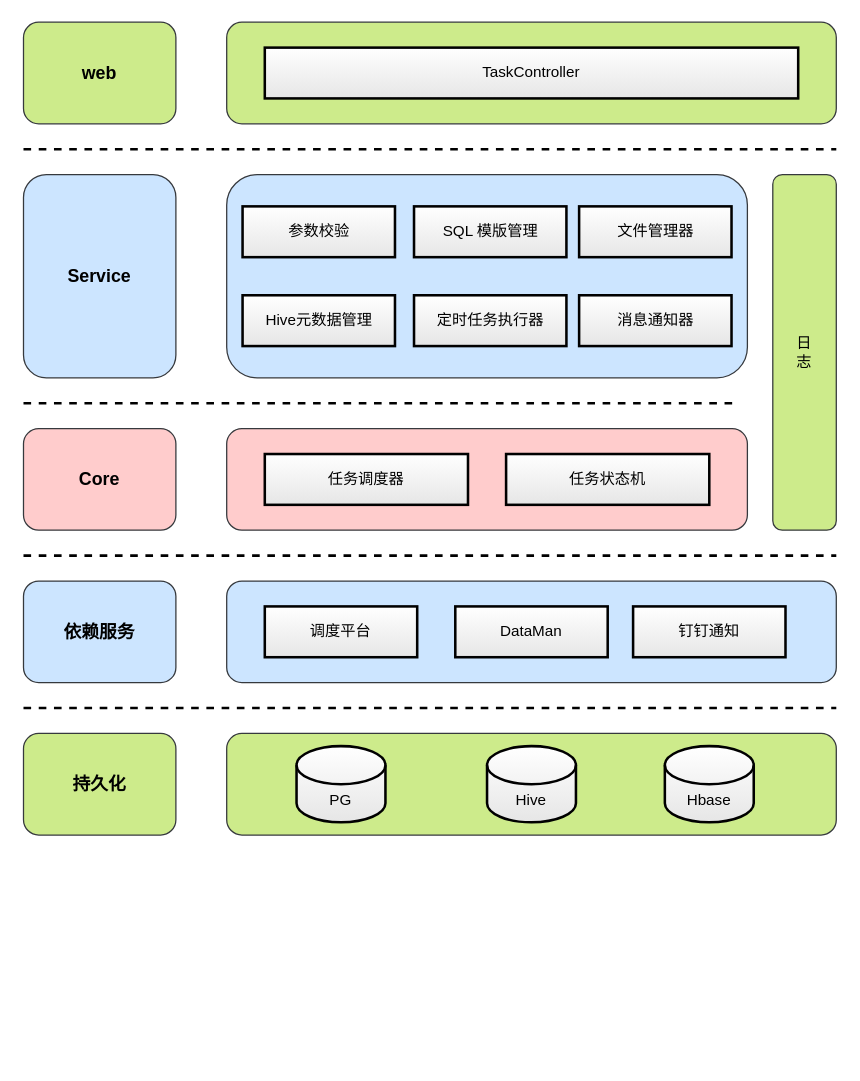
Above: 数据平台系统架构.drawio in 999V/draw (draw.io), before the change. Source tidied: cells renumbered, new cells numbered last; positions are measured from the earlier drawing's top-left corner, leaving out a move shared by most shapes. Both pictures are drawn from the tidied source at 127%, with x=0, y=0 at pixel (23, 22).
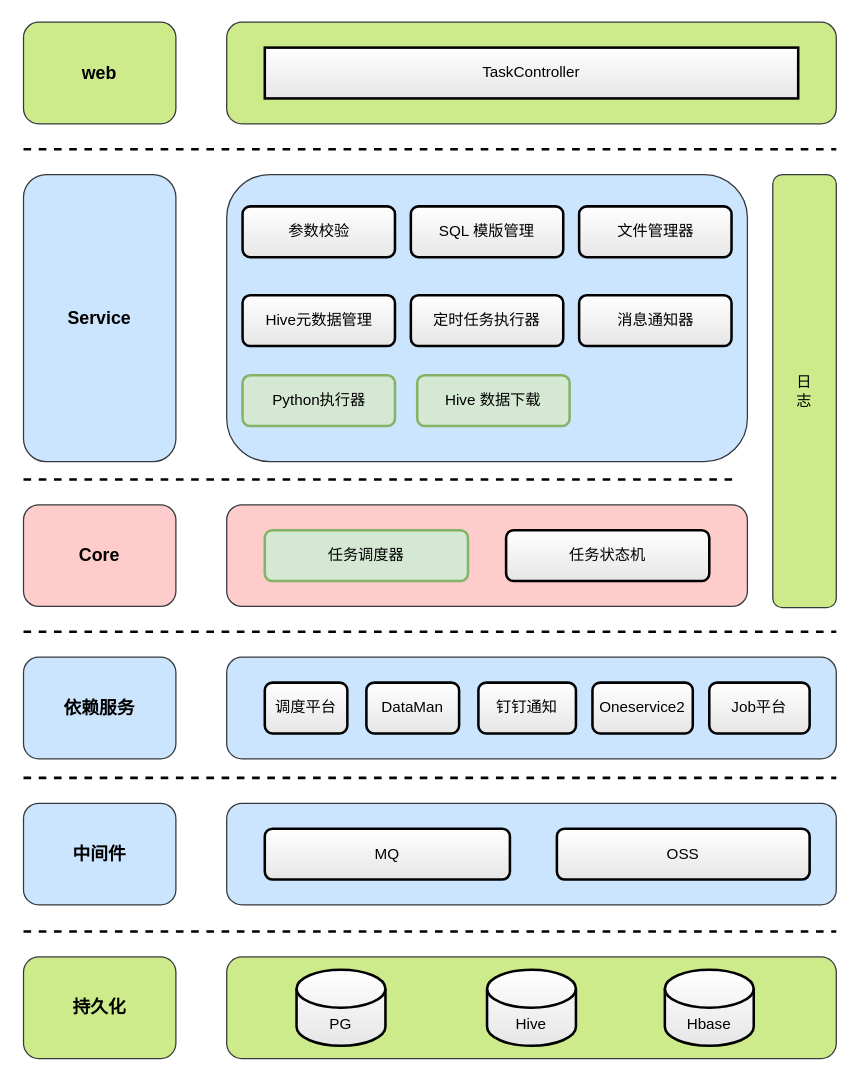
The same diagram, later.

Commit message:
更新数据平台系统架构.drawio

The edit, as a diff of the source:
```diff
@@
     <mxCell id="2" style="rounded=1;whiteSpace=wrap;html=1;fillColor=#ffcccc;strokeColor=#36393d;" parent="1" vertex="1">
-      <mxGeometry x="160" y="320" width="410" height="80" as="geometry" />
+      <mxGeometry x="160" y="380" width="410" height="80" as="geometry" />
     </mxCell>
@@
     <mxCell id="6" value="Service" style="rounded=1;whiteSpace=wrap;html=1;fontStyle=1;fontSize=14;fillColor=#cce5ff;strokeColor=#36393d;" parent="1" vertex="1">
-      <mxGeometry y="120" width="120" height="160" as="geometry" />
+      <mxGeometry y="120" width="120" height="226" as="geometry" />
     </mxCell>
     <mxCell id="7" style="rounded=1;whiteSpace=wrap;html=1;fillColor=#cce5ff;strokeColor=#36393d;" parent="1" vertex="1">
-      <mxGeometry x="160" y="120" width="410" height="160" as="geometry" />
+      <mxGeometry x="160" y="120" width="410" height="226" as="geometry" />
     </mxCell>
@@
-    <mxCell id="9" value="参数校验" style="rounded=0;whiteSpace=wrap;html=1;strokeWidth=2;gradientColor=#E6E6E6;" parent="1" vertex="1">
+    <mxCell id="9" value="参数校验" style="rounded=1;whiteSpace=wrap;html=1;strokeWidth=2;gradientColor=#E6E6E6;" parent="1" vertex="1">
       <mxGeometry x="172.5" y="145" width="120" height="40" as="geometry" />
     </mxCell>
-    <mxCell id="10" value="SQL 模版管理" style="rounded=0;whiteSpace=wrap;html=1;strokeWidth=2;gradientColor=#E6E6E6;" parent="1" vertex="1">
-      <mxGeometry x="307.5" y="145" width="120" height="40" as="geometry" />
+    <mxCell id="10" value="SQL 模版管理" style="rounded=1;whiteSpace=wrap;html=1;strokeWidth=2;gradientColor=#E6E6E6;" parent="1" vertex="1">
+      <mxGeometry x="305" y="145" width="120" height="40" as="geometry" />
     </mxCell>
-    <mxCell id="11" value="文件管理器" style="rounded=0;whiteSpace=wrap;html=1;strokeWidth=2;gradientColor=#E6E6E6;" parent="1" vertex="1">
+    <mxCell id="11" value="文件管理器" style="rounded=1;whiteSpace=wrap;html=1;strokeWidth=2;gradientColor=#E6E6E6;" parent="1" vertex="1">
       <mxGeometry x="437.5" y="145" width="120" height="40" as="geometry" />
     </mxCell>
-    <mxCell id="12" value="任务状态机" style="rounded=0;whiteSpace=wrap;html=1;strokeWidth=2;gradientColor=#E6E6E6;" parent="1" vertex="1">
-      <mxGeometry x="380" y="340" width="160" height="40" as="geometry" />
+    <mxCell id="12" value="任务状态机" style="rounded=1;whiteSpace=wrap;html=1;strokeWidth=2;gradientColor=#E6E6E6;" parent="1" vertex="1">
+      <mxGeometry x="380" y="400" width="160" height="40" as="geometry" />
     </mxCell>
-    <mxCell id="13" value="任务调度器" style="rounded=0;whiteSpace=wrap;html=1;strokeWidth=2;gradientColor=#E6E6E6;" parent="1" vertex="1">
-      <mxGeometry x="190" y="340" width="160" height="40" as="geometry" />
+    <mxCell id="13" value="任务调度器" style="rounded=1;whiteSpace=wrap;html=1;strokeWidth=2;fillColor=#d5e8d4;strokeColor=#82b366;" parent="1" vertex="1">
+      <mxGeometry x="190" y="400" width="160" height="40" as="geometry" />
     </mxCell>
-    <mxCell id="14" value="消息通知器" style="rounded=0;whiteSpace=wrap;html=1;strokeWidth=2;gradientColor=#E6E6E6;" parent="1" vertex="1">
+    <mxCell id="14" value="消息通知器" style="rounded=1;whiteSpace=wrap;html=1;strokeWidth=2;gradientColor=#E6E6E6;" parent="1" vertex="1">
       <mxGeometry x="437.5" y="215" width="120" height="40" as="geometry" />
     </mxCell>
     <mxCell id="15" value="Core" style="rounded=1;whiteSpace=wrap;html=1;fontStyle=1;fontSize=14;fillColor=#ffcccc;strokeColor=#36393d;" parent="1" vertex="1">
-      <mxGeometry y="320" width="120" height="80" as="geometry" />
+      <mxGeometry y="380" width="120" height="80" as="geometry" />
     </mxCell>
-    <mxCell id="16" value="Hive元数据管理" style="rounded=0;whiteSpace=wrap;html=1;strokeWidth=2;gradientColor=#E6E6E6;" parent="1" vertex="1">
+    <mxCell id="16" value="Hive元数据管理" style="rounded=1;whiteSpace=wrap;html=1;strokeWidth=2;gradientColor=#E6E6E6;" parent="1" vertex="1">
       <mxGeometry x="172.5" y="215" width="120" height="40" as="geometry" />
     </mxCell>
-    <mxCell id="17" value="定时任务执行器" style="rounded=0;whiteSpace=wrap;html=1;strokeWidth=2;gradientColor=#E6E6E6;" parent="1" vertex="1">
-      <mxGeometry x="307.5" y="215" width="120" height="40" as="geometry" />
+    <mxCell id="17" value="定时任务执行器" style="rounded=1;whiteSpace=wrap;html=1;strokeWidth=2;gradientColor=#E6E6E6;" parent="1" vertex="1">
+      <mxGeometry x="305" y="215" width="120" height="40" as="geometry" />
     </mxCell>
     <mxCell id="18" style="endArrow=none;dashed=1;html=1;rounded=0;strokeWidth=2;" parent="1" edge="1">
       <mxGeometry relative="1" as="geometry">
-        <mxPoint y="300" as="sourcePoint" />
-        <mxPoint x="560" y="300" as="targetPoint" />
+        <mxPoint y="360" as="sourcePoint" />
+        <mxPoint x="560" y="360" as="targetPoint" />
       </mxGeometry>
     </mxCell>
     <mxCell id="19" style="endArrow=none;dashed=1;html=1;rounded=0;strokeWidth=2;" parent="1" edge="1">
       <mxGeometry relative="1" as="geometry">
-        <mxPoint y="420" as="sourcePoint" />
-        <mxPoint x="640" y="420" as="targetPoint" />
+        <mxPoint y="480" as="sourcePoint" />
+        <mxPoint x="640" y="480" as="targetPoint" />
       </mxGeometry>
     </mxCell>
     <mxCell id="20" value="依赖服务" style="rounded=1;whiteSpace=wrap;html=1;fontStyle=1;fontSize=14;fillColor=#cce5ff;strokeColor=#36393d;" parent="1" vertex="1">
-      <mxGeometry y="440" width="120" height="80" as="geometry" />
+      <mxGeometry y="500" width="120" height="80" as="geometry" />
     </mxCell>
     <mxCell id="21" style="rounded=1;whiteSpace=wrap;html=1;fillColor=#cce5ff;strokeColor=#36393d;" parent="1" vertex="1">
-      <mxGeometry x="160" y="440" width="480" height="80" as="geometry" />
+      <mxGeometry x="160" y="500" width="480" height="80" as="geometry" />
     </mxCell>
-    <mxCell id="22" value="调度平台" style="rounded=0;whiteSpace=wrap;html=1;strokeWidth=2;gradientColor=#E6E6E6;" parent="1" vertex="1">
-      <mxGeometry x="190" y="460" width="120" height="40" as="geometry" />
+    <mxCell id="22" value="调度平台" style="rounded=1;whiteSpace=wrap;html=1;strokeWidth=2;gradientColor=#E6E6E6;" parent="1" vertex="1">
+      <mxGeometry x="190" y="520" width="65" height="40" as="geometry" />
     </mxCell>
-    <mxCell id="23" value="DataMan" style="rounded=0;whiteSpace=wrap;html=1;strokeWidth=2;gradientColor=#E6E6E6;" parent="1" vertex="1">
-      <mxGeometry x="340" y="460" width="120" height="40" as="geometry" />
+    <mxCell id="23" value="DataMan" style="rounded=1;whiteSpace=wrap;html=1;strokeWidth=2;gradientColor=#E6E6E6;" parent="1" vertex="1">
+      <mxGeometry x="270" y="520" width="73" height="40" as="geometry" />
     </mxCell>
-    <mxCell id="24" value="钉钉通知" style="rounded=0;whiteSpace=wrap;html=1;strokeWidth=2;gradientColor=#E6E6E6;" parent="1" vertex="1">
-      <mxGeometry x="480" y="460" width="120" height="40" as="geometry" />
+    <mxCell id="24" value="钉钉通知" style="rounded=1;whiteSpace=wrap;html=1;strokeWidth=2;gradientColor=#E6E6E6;" parent="1" vertex="1">
+      <mxGeometry x="358.2" y="520" width="76.8" height="40" as="geometry" />
     </mxCell>
     <mxCell id="25" style="endArrow=none;dashed=1;html=1;rounded=0;strokeWidth=2;" parent="1" edge="1">
       <mxGeometry relative="1" as="geometry">
-        <mxPoint y="540" as="sourcePoint" />
-        <mxPoint x="640" y="540" as="targetPoint" />
+        <mxPoint y="716" as="sourcePoint" />
+        <mxPoint x="640" y="716" as="targetPoint" />
       </mxGeometry>
     </mxCell>
     <mxCell id="26" value="持久化" style="rounded=1;whiteSpace=wrap;html=1;fontStyle=1;fontSize=14;fillColor=#cdeb8b;strokeColor=#36393d;" parent="1" vertex="1">
-      <mxGeometry y="560" width="120" height="80" as="geometry" />
+      <mxGeometry y="736" width="120" height="80" as="geometry" />
     </mxCell>
     <mxCell id="27" style="rounded=1;whiteSpace=wrap;html=1;fillColor=#cdeb8b;strokeColor=#36393d;" parent="1" vertex="1">
-      <mxGeometry x="160" y="560" width="480" height="80" as="geometry" />
+      <mxGeometry x="160" y="736" width="480" height="80" as="geometry" />
     </mxCell>
     <mxCell id="28" value="PG" style="shape=cylinder3;whiteSpace=wrap;html=1;boundedLbl=1;backgroundOutline=1;size=15;strokeWidth=2;gradientColor=#E6E6E6;" parent="1" vertex="1">
-      <mxGeometry x="215" y="570" width="70" height="60" as="geometry" />
+      <mxGeometry x="215" y="746" width="70" height="60" as="geometry" />
     </mxCell>
     <mxCell id="29" value="Hive" style="shape=cylinder3;whiteSpace=wrap;html=1;boundedLbl=1;backgroundOutline=1;size=15;strokeWidth=2;gradientColor=#E6E6E6;" parent="1" vertex="1">
-      <mxGeometry x="365" y="570" width="70" height="60" as="geometry" />
+      <mxGeometry x="365" y="746" width="70" height="60" as="geometry" />
     </mxCell>
     <mxCell id="30" value="Hbase" style="shape=cylinder3;whiteSpace=wrap;html=1;boundedLbl=1;backgroundOutline=1;size=15;strokeWidth=2;gradientColor=#E6E6E6;" parent="1" vertex="1">
-      <mxGeometry x="505" y="570" width="70" height="60" as="geometry" />
+      <mxGeometry x="505" y="746" width="70" height="60" as="geometry" />
     </mxCell>
     <mxCell id="31" value="日&lt;div&gt;志&lt;/div&gt;" style="rounded=1;whiteSpace=wrap;html=1;fillColor=#cdeb8b;strokeColor=#36393d;" parent="1" vertex="1">
-      <mxGeometry x="590" y="120" width="50" height="280" as="geometry" />
+      <mxGeometry x="590" y="120" width="50" height="341" as="geometry" />
     </mxCell>
+    <mxCell id="32" value="Python执行器" style="rounded=1;whiteSpace=wrap;html=1;strokeWidth=2;fillColor=#d5e8d4;strokeColor=#82b366;" parent="1" vertex="1">
+      <mxGeometry x="172.5" y="278" width="120" height="40" as="geometry" />
+    </mxCell>
+    <mxCell id="33" value="Hive 数据下载" style="rounded=1;whiteSpace=wrap;html=1;strokeWidth=2;fillColor=#d5e8d4;strokeColor=#82b366;" parent="1" vertex="1">
+      <mxGeometry x="310" y="278" width="120" height="40" as="geometry" />
+    </mxCell>
+    <mxCell id="34" style="endArrow=none;dashed=1;html=1;rounded=0;strokeWidth=2;" parent="1" edge="1">
+      <mxGeometry relative="1" as="geometry">
+        <mxPoint y="595" as="sourcePoint" />
+        <mxPoint x="640" y="595" as="targetPoint" />
+      </mxGeometry>
+    </mxCell>
+    <mxCell id="35" value="中间件" style="rounded=1;whiteSpace=wrap;html=1;fontStyle=1;fontSize=14;fillColor=#cce5ff;strokeColor=#36393d;" parent="1" vertex="1">
+      <mxGeometry y="615" width="120" height="80" as="geometry" />
+    </mxCell>
+    <mxCell id="36" style="rounded=1;whiteSpace=wrap;html=1;fillColor=#cce5ff;strokeColor=#36393d;" parent="1" vertex="1">
+      <mxGeometry x="160" y="615" width="480" height="80" as="geometry" />
+    </mxCell>
+    <mxCell id="37" value="MQ" style="rounded=1;whiteSpace=wrap;html=1;strokeWidth=2;gradientColor=#E6E6E6;" parent="1" vertex="1">
+      <mxGeometry x="190" y="635" width="193" height="40" as="geometry" />
+    </mxCell>
+    <mxCell id="38" value="OSS" style="rounded=1;whiteSpace=wrap;html=1;strokeWidth=2;gradientColor=#E6E6E6;" parent="1" vertex="1">
+      <mxGeometry x="420" y="635" width="199" height="40" as="geometry" />
+    </mxCell>
+    <mxCell id="39" value="Oneservice2" style="rounded=1;whiteSpace=wrap;html=1;strokeWidth=2;gradientColor=#E6E6E6;" parent="1" vertex="1">
+      <mxGeometry x="448" y="520" width="79" height="40" as="geometry" />
+    </mxCell>
+    <mxCell id="40" value="Job平台" style="rounded=1;whiteSpace=wrap;html=1;strokeWidth=2;gradientColor=#E6E6E6;" parent="1" vertex="1">
+      <mxGeometry x="540" y="520" width="79" height="40" as="geometry" />
+    </mxCell>
```
